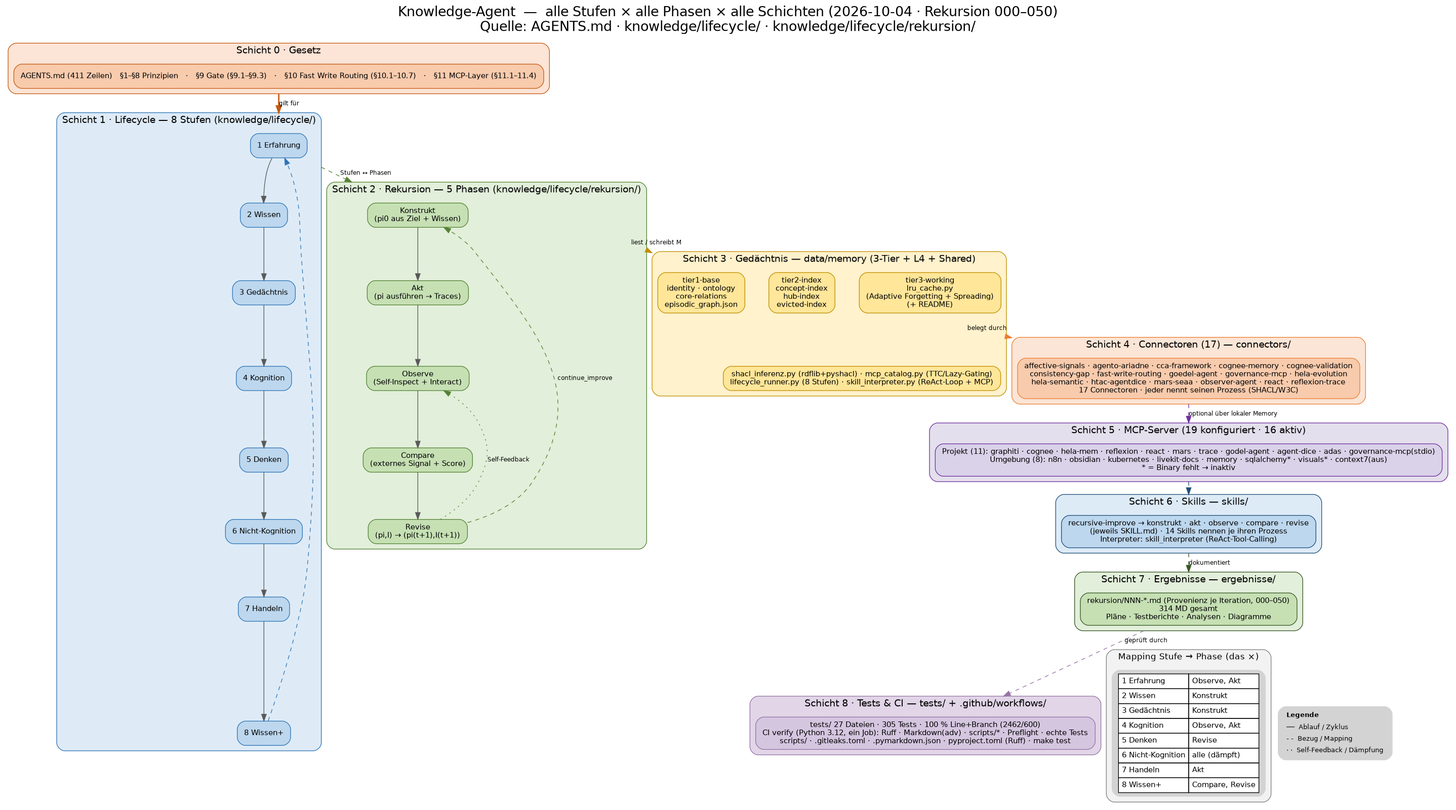
This is ergebnisse/knowledge-agent-diagramm.png from abatn/Ata3lm, a Graphviz export, as it was before one commit. Its source is kept beside it as ergebnisse/knowledge-agent-diagramm.dot.
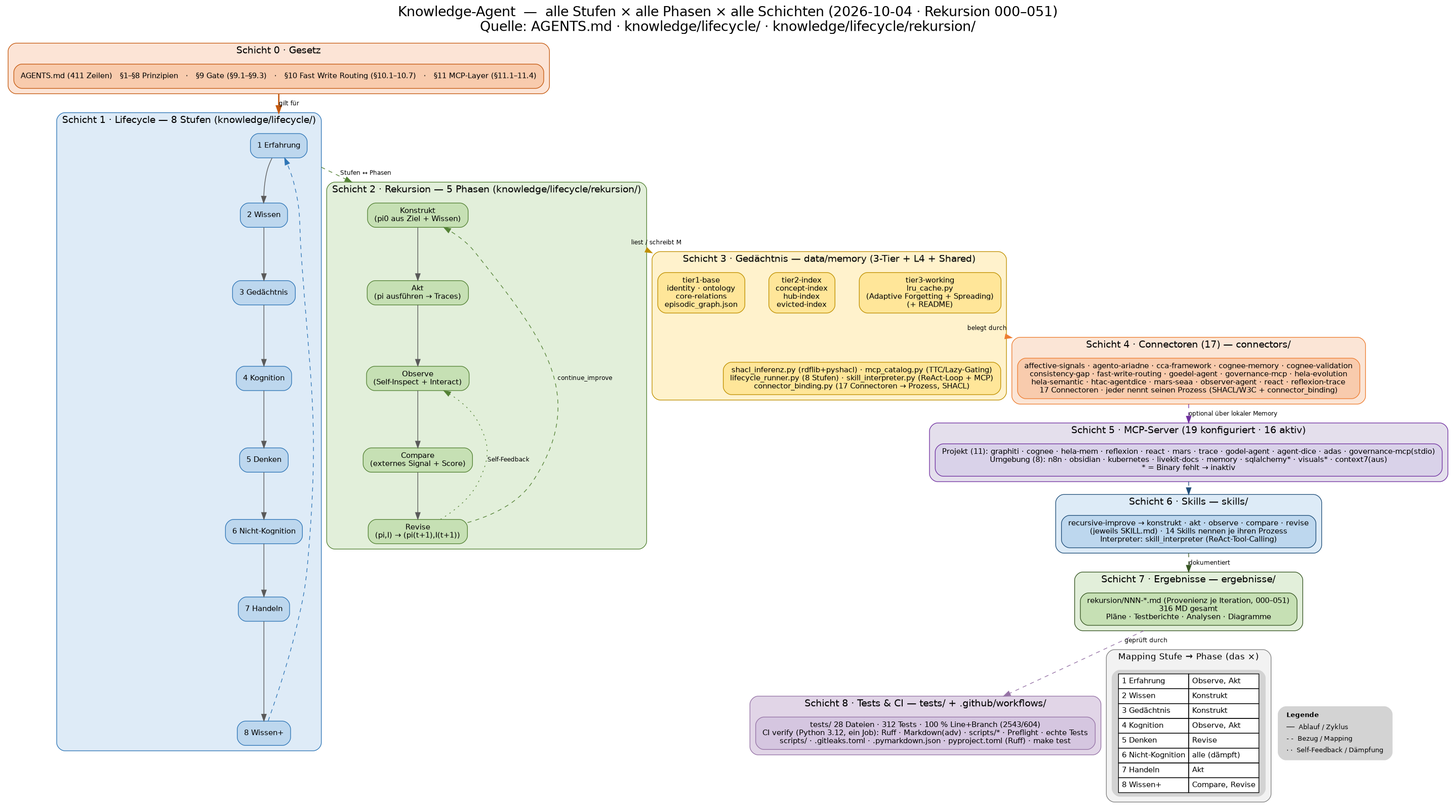
After the commit.

What changed in the source:
```diff
@@ -5,7 +5,7 @@
   fontname="DejaVu Sans";
   labelloc="t";
   fontsize=20;
-  label="Knowledge-Agent  —  alle Stufen × alle Phasen × alle Schichten (2026-10-04 · Rekursion 000–050)\nQuelle: AGENTS.md · knowledge/lifecycle/ · knowledge/lifecycle/rekursion/";
+  label="Knowledge-Agent  —  alle Stufen × alle Phasen × alle Schichten (2026-10-04 · Rekursion 000–051)\nQuelle: AGENTS.md · knowledge/lifecycle/ · knowledge/lifecycle/rekursion/";
   node [shape=box, style="rounded,filled", fontname="DejaVu Sans", fontsize=11, margin="0.14,0.09"];
   edge [fontname="DejaVu Sans", fontsize=9, color="#595959"];
 
@@ -50,7 +50,7 @@
     m1 [label="tier1-base\nidentity · ontology\ncore-relations\nepisodic_graph.json", fillcolor="#FFE699", color="#BF8F00"];
     m2 [label="tier2-index\nconcept-index\nhub-index\nevicted-index", fillcolor="#FFE699", color="#BF8F00"];
     m3 [label="tier3-working\nlru_cache.py\n(Adaptive Forgetting + Spreading)\n(+ README)", fillcolor="#FFE699", color="#BF8F00"];
-    mx [label="shacl_inferenz.py (rdflib+pyshacl) · mcp_catalog.py (TTC/Lazy-Gating)\nlifecycle_runner.py (8 Stufen) · skill_interpreter.py (ReAct-Loop + MCP)", fillcolor="#FFE699", color="#BF8F00"];
+    mx [label="shacl_inferenz.py (rdflib+pyshacl) · mcp_catalog.py (TTC/Lazy-Gating)\nlifecycle_runner.py (8 Stufen) · skill_interpreter.py (ReAct-Loop + MCP)\nconnector_binding.py (17 Connectoren → Prozess, SHACL)", fillcolor="#FFE699", color="#BF8F00"];
     m1 -> m2 -> m3 [style=invis];
     m3 -> mx [style=invis];
   }
@@ -58,7 +58,7 @@
   subgraph cluster_conn {
     label="Schicht 4 · Connectoren (17) — connectors/";
     style="filled,rounded"; fillcolor="#FBE5D6"; color="#ED7D31"; fontsize=14;
-    conn [label="affective-signals · agento-ariadne · cca-framework · cognee-memory · cognee-validation\nconsistency-gap · fast-write-routing · goedel-agent · governance-mcp · hela-evolution\nhela-semantic · htac-agentdice · mars-seaa · observer-agent · react · reflexion-trace\n17 Connectoren · jeder nennt seinen Prozess (SHACL/W3C)", fillcolor="#F8CBAD", color="#ED7D31"];
+    conn [label="affective-signals · agento-ariadne · cca-framework · cognee-memory · cognee-validation\nconsistency-gap · fast-write-routing · goedel-agent · governance-mcp · hela-evolution\nhela-semantic · htac-agentdice · mars-seaa · observer-agent · react · reflexion-trace\n17 Connectoren · jeder nennt seinen Prozess (SHACL/W3C + connector_binding)", fillcolor="#F8CBAD", color="#ED7D31"];
   }
 
   subgraph cluster_mcp {
@@ -76,13 +76,13 @@
   subgraph cluster_res {
     label="Schicht 7 · Ergebnisse — ergebnisse/";
     style="filled,rounded"; fillcolor="#E2EFDA"; color="#375623"; fontsize=14;
-    res [label="rekursion/NNN-*.md (Provenienz je Iteration, 000–050)\n314 MD gesamt\nPläne · Testberichte · Analysen · Diagramme", fillcolor="#C6E0B4", color="#375623"];
+    res [label="rekursion/NNN-*.md (Provenienz je Iteration, 000–051)\n316 MD gesamt\nPläne · Testberichte · Analysen · Diagramme", fillcolor="#C6E0B4", color="#375623"];
   }
 
   subgraph cluster_tests {
     label="Schicht 8 · Tests & CI — tests/ + .github/workflows/";
     style="filled,rounded"; fillcolor="#E1D5E7"; color="#9673A6"; fontsize=14;
-    tst [label="tests/ 27 Dateien · 305 Tests · 100 % Line+Branch (2462/600)\nCI verify (Python 3.12, ein Job): Ruff · Markdown(adv) · scripts/* · Preflight · echte Tests\nscripts/ · .gitleaks.toml · .pymarkdown.json · pyproject.toml (Ruff) · make test", fillcolor="#D5C6E0", color="#9673A6"];
+    tst [label="tests/ 28 Dateien · 312 Tests · 100 % Line+Branch (2543/604)\nCI verify (Python 3.12, ein Job): Ruff · Markdown(adv) · scripts/* · Preflight · echte Tests\nscripts/ · .gitleaks.toml · .pymarkdown.json · pyproject.toml (Ruff) · make test", fillcolor="#D5C6E0", color="#9673A6"];
   }
 
   law -> s1 [ltail=cluster_law, lhead=cluster_stufen, style=bold, color="#C55A11", label="gilt für"];
```
